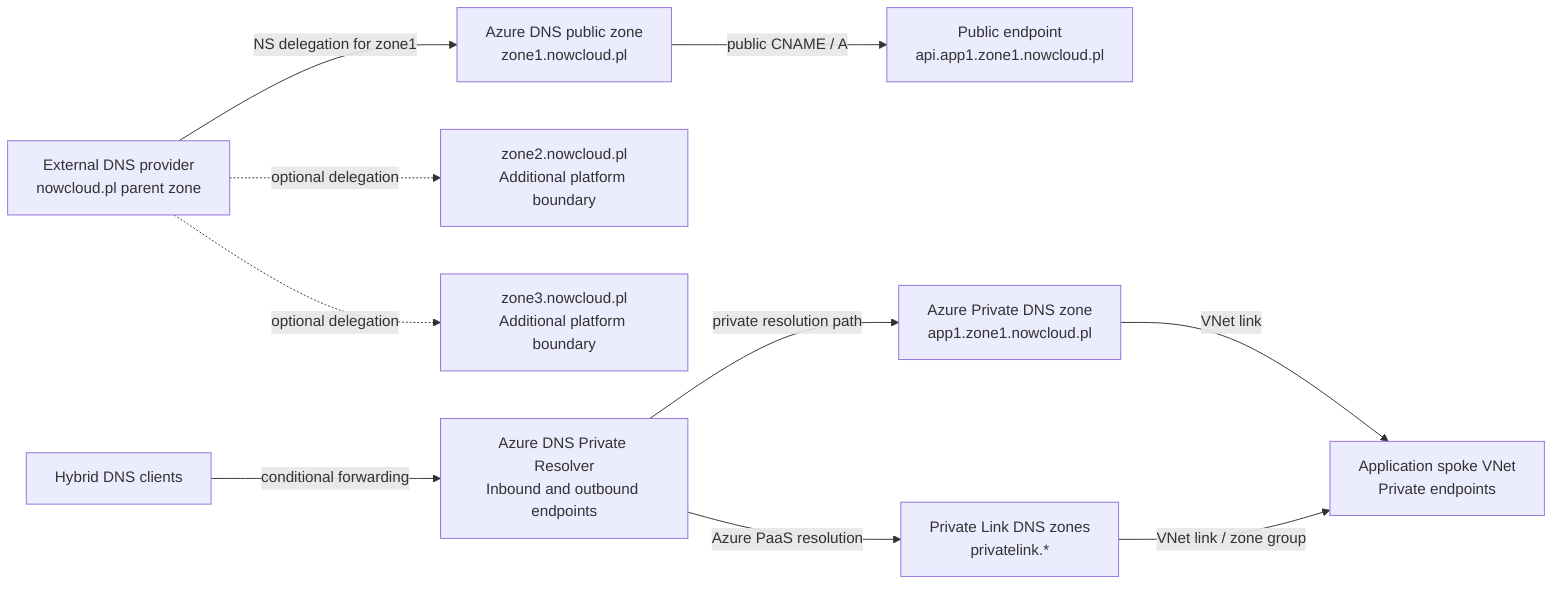
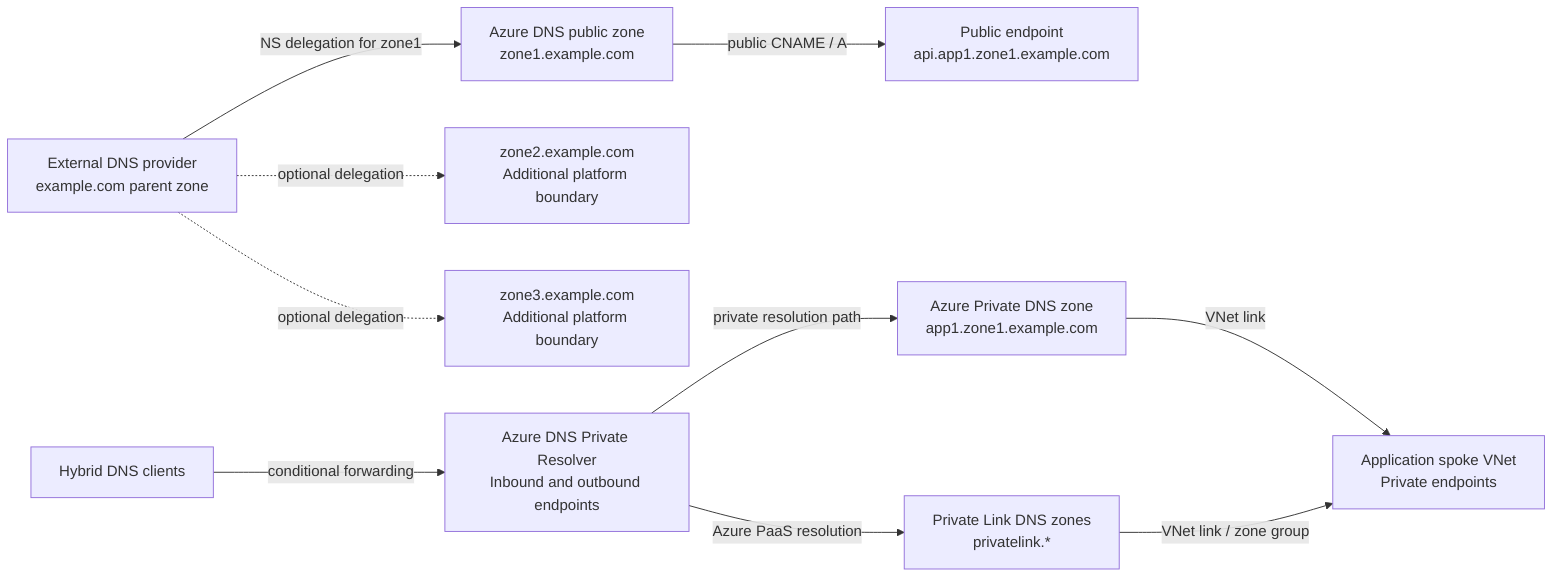
flowchart LR
-   External["External DNS provider<br/>nowcloud.pl parent zone"]
-   AzurePublic["Azure DNS public zone<br/>zone1.nowcloud.pl"]
-   PublicApi["Public endpoint<br/>api.app1.zone1.nowcloud.pl"]
-   Zone2["zone2.nowcloud.pl<br/>Additional platform boundary"]
-   Zone3["zone3.nowcloud.pl<br/>Additional platform boundary"]
+   External["External DNS provider<br/>example.com parent zone"]
+   AzurePublic["Azure DNS public zone<br/>zone1.example.com"]
+   PublicApi["Public endpoint<br/>api.app1.zone1.example.com"]
+   Zone2["zone2.example.com<br/>Additional platform boundary"]
+   Zone3["zone3.example.com<br/>Additional platform boundary"]
  Hybrid["Hybrid DNS clients"]
  Resolver["Azure DNS Private Resolver<br/>Inbound and outbound endpoints"]
-   PrivateApp["Azure Private DNS zone<br/>app1.zone1.nowcloud.pl"]
+   PrivateApp["Azure Private DNS zone<br/>app1.zone1.example.com"]
  PrivateLink["Private Link DNS zones<br/>privatelink.*"]
  Spoke["Application spoke VNet<br/>Private endpoints"]

  External -->|"NS delegation for zone1"| AzurePublic
  External -.->|"optional delegation"| Zone2
  External -.->|"optional delegation"| Zone3
  AzurePublic -->|"public CNAME / A"| PublicApi
  Hybrid -->|"conditional forwarding"| Resolver
  Resolver -->|"private resolution path"| PrivateApp
  Resolver -->|"Azure PaaS resolution"| PrivateLink
  PrivateApp -->|"VNet link"| Spoke
  PrivateLink -->|"VNet link / zone group"| Spoke
